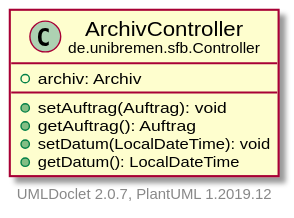
The PlantUML diagram doc/UML/modulsichtSVG/ArchivController.svg in fkehlenb/softwareprojekt-2, before a commit.
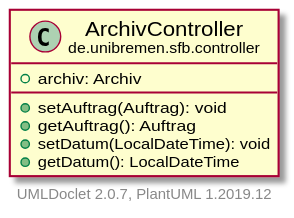
Above is the later version.

Diff of the diagram source:
```diff
@@ -3,7 +3,7 @@
     hide empty fields
     hide empty methods
 
-    class "<size:14>ArchivController\n<size:10>de.unibremen.sfb.Controller" as de.unibremen.sfb.Controller.ArchivController [[ArchivController.html]] {
+    class "<size:14>ArchivController\n<size:10>de.unibremen.sfb.controller" as de.unibremen.sfb.controller.ArchivController [[ArchivController.html]] {
         +archiv: Archiv
         +setAuftrag(Auftrag): void
         +getAuftrag(): Auftrag
```
